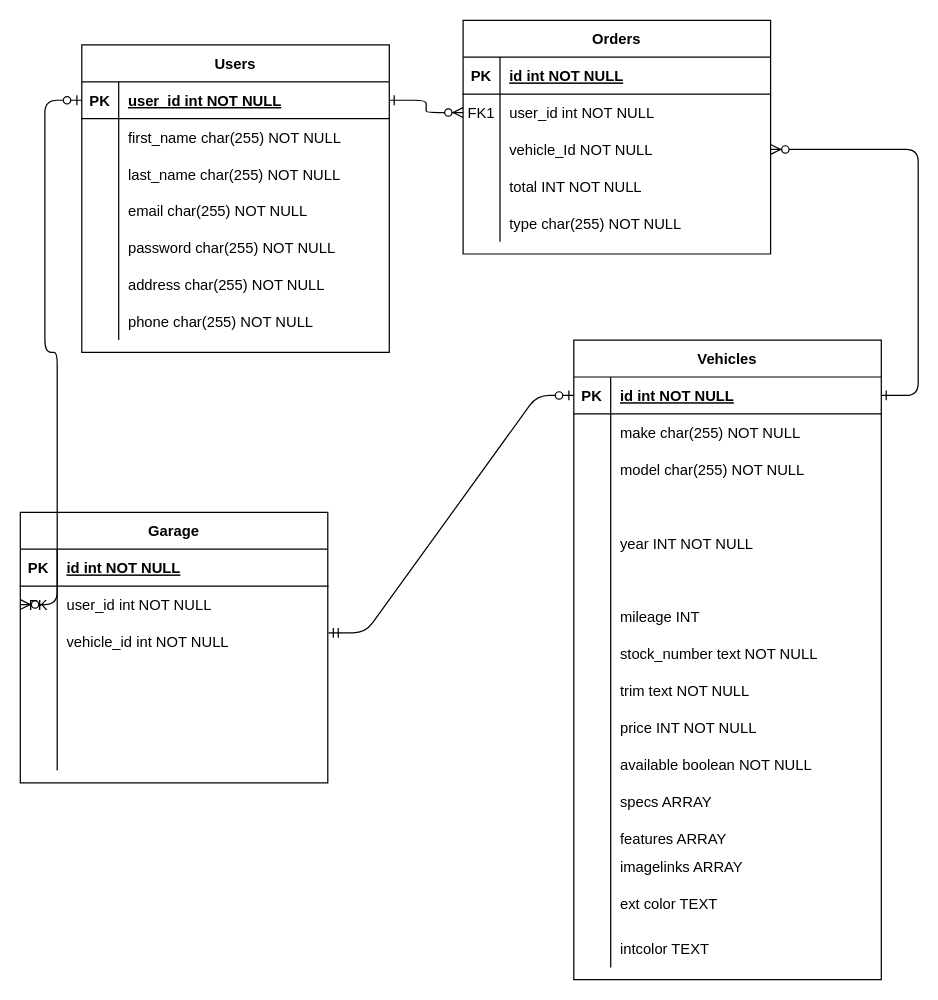
NahomKibreab/Sundance-Mazda-Project keeps this draw.io diagram as planning/Sundance-Mazda.drawio. Above is the earlier version. Source tidied: cells renumbered, new cells numbered last; positions are measured from the earlier drawing's top-left corner, leaving out a move shared by most shapes. Both pictures are drawn from the tidied source at 123%, with x=0, y=0 at pixel (20, 20).
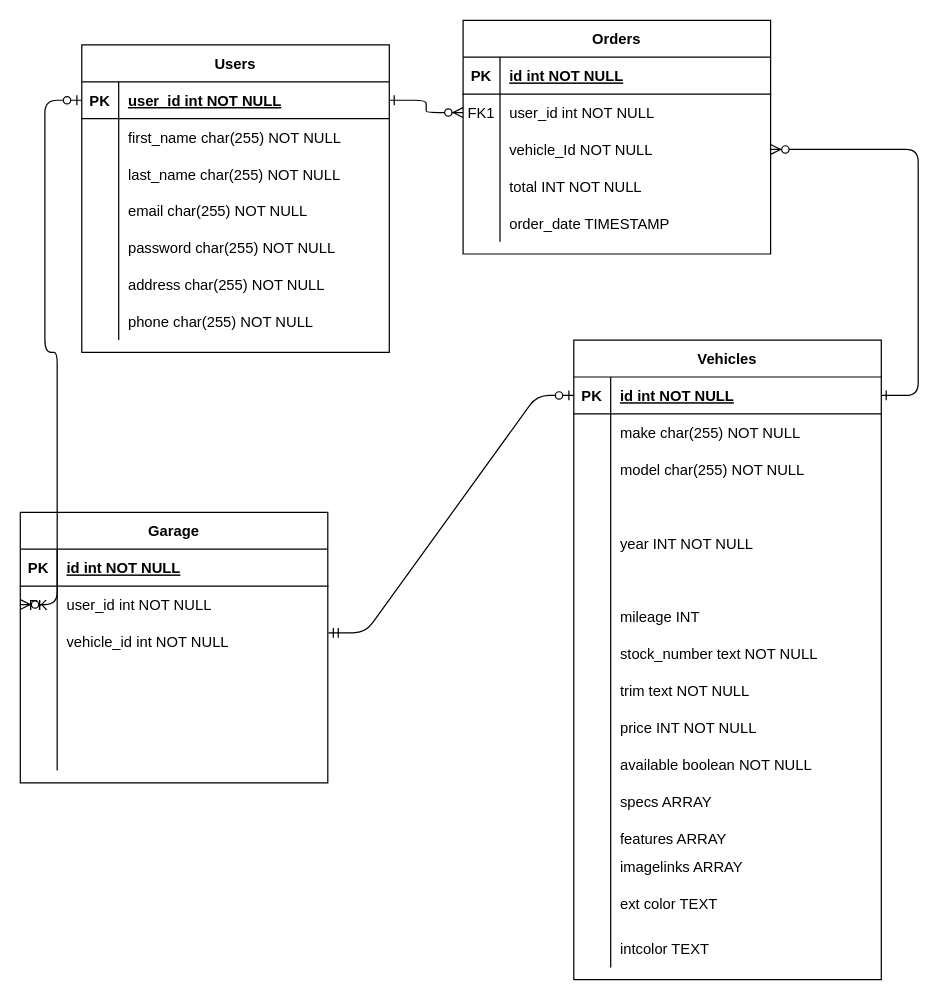
Above is the later version.

Commit message (it also covers changes not shown here):
update vehicle seed data picture links

Unchanged cells that the change refers to:
```xml
<mxCell id="17" style="shape=partialRectangle;fillColor=none;top=0;left=0;right=0;bottom=0;" parent="4" vertex="1">
  <mxGeometry y="150" width="250" height="30" as="geometry" />
</mxCell>
```

Diff of the diagram source:
```diff
@@
-    <mxCell id="19" value="type char(255) NOT NULL" style="shape=partialRectangle;overflow=hidden;fillColor=none;top=0;left=0;bottom=0;right=0;align=left;spacingLeft=6;" parent="17" vertex="1">
+    <mxCell id="19" value="order_date TIMESTAMP" style="shape=partialRectangle;overflow=hidden;fillColor=none;top=0;left=0;bottom=0;right=0;align=left;spacingLeft=6;" parent="17" vertex="1">
       <mxGeometry x="30" width="220" height="30" as="geometry" />
     </mxCell>
```
